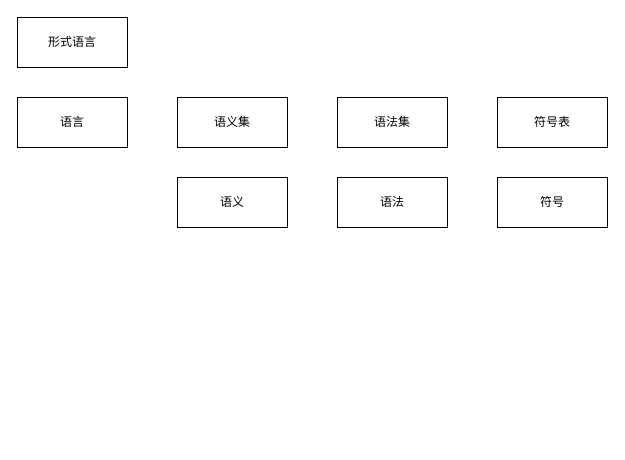
cyxm/CodeGenerator keeps this draw.io diagram as page "语言" (2 of 2) of base_model/实体和语言.drawio. Above is the earlier version. Source tidied: cells renumbered, new cells numbered last; positions are measured from the earlier drawing's top-left corner, leaving out a move shared by most shapes. Both pictures are drawn from the tidied source at 100%, with x=0, y=0 at pixel (17, 17).
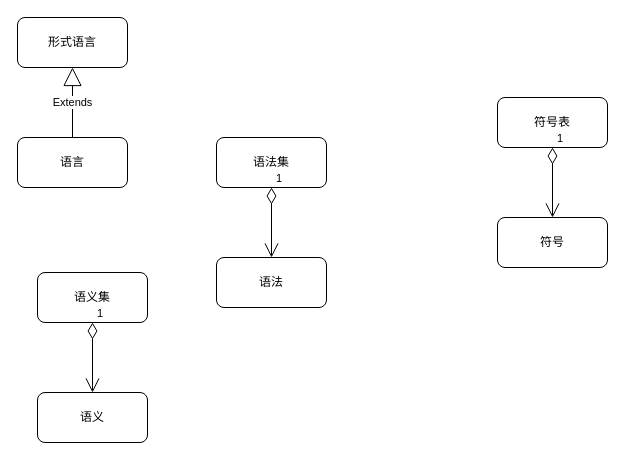
Above is the later version.

What changed in the source:
```diff
@@
 <mxGraphModel>
   <root>
     <mxCell id="0" />
     <mxCell id="1" parent="0" />
+    <mxCell id="7" value="符号表" style="html=1;whiteSpace=wrap;rounded=1;" parent="1" vertex="1">
+      <mxGeometry x="480" y="80" width="110" height="50" as="geometry" />
+    </mxCell>
+    <mxCell id="8" value="符号" style="html=1;whiteSpace=wrap;rounded=1;" parent="1" vertex="1">
+      <mxGeometry x="480" y="200" width="110" height="50" as="geometry" />
+    </mxCell>
+    <mxCell id="10" style="group;" parent="1" vertex="1">
+      <mxGeometry width="110" height="170" as="geometry" />
+    </mxCell>
-    <mxCell id="2" value="形式语言" style="html=1;whiteSpace=wrap;" parent="1" vertex="1">
+    <mxCell id="2" value="形式语言" style="html=1;whiteSpace=wrap;rounded=1;" parent="10" vertex="1">
       <mxGeometry width="110" height="50" as="geometry" />
     </mxCell>
-    <mxCell id="3" value="语言" style="html=1;whiteSpace=wrap;" parent="1" vertex="1">
-      <mxGeometry y="80" width="110" height="50" as="geometry" />
+    <mxCell id="3" value="语言" style="html=1;whiteSpace=wrap;rounded=1;" parent="10" vertex="1">
+      <mxGeometry y="120" width="110" height="50" as="geometry" />
     </mxCell>
+    <mxCell id="11" value="Extends" style="endArrow=block;endSize=16;endFill=0;html=1;rounded=1;exitX=0.5;exitY=0;exitDx=0;exitDy=0;entryX=0.5;entryY=1;entryDx=0;entryDy=0;" parent="10" edge="1" source="3" target="2">
+      <mxGeometry relative="1" as="geometry" />
+    </mxCell>
+    <mxCell id="12" style="group;" parent="1" vertex="1">
+      <mxGeometry x="199" y="120" width="110" height="170" as="geometry" />
+    </mxCell>
+    <mxCell id="6" value="语法" style="html=1;whiteSpace=wrap;rounded=1;" parent="12" vertex="1">
+      <mxGeometry y="120" width="110" height="50" as="geometry" />
+    </mxCell>
+    <mxCell id="9" value="语法集" style="html=1;whiteSpace=wrap;rounded=1;" parent="12" vertex="1">
+      <mxGeometry width="110" height="50" as="geometry" />
+    </mxCell>
+    <mxCell id="13" value="1" style="endArrow=open;html=1;endSize=12;startArrow=diamondThin;startSize=14;startFill=0;edgeStyle=orthogonalEdgeStyle;align=left;verticalAlign=bottom;rounded=1;entryX=0.5;entryY=0;entryDx=0;entryDy=0;exitX=0.5;exitY=1;exitDx=0;exitDy=0;" parent="12" edge="1" source="9" target="6">
+      <mxGeometry x="-1" y="3" relative="1" as="geometry" />
+    </mxCell>
+    <mxCell id="14" style="group;" parent="1" vertex="1">
+      <mxGeometry x="20" y="255" width="110" height="170" as="geometry" />
+    </mxCell>
-    <mxCell id="4" value="语义" style="html=1;whiteSpace=wrap;" parent="1" vertex="1">
-      <mxGeometry x="160" y="160" width="110" height="50" as="geometry" />
+    <mxCell id="4" value="语义" style="html=1;whiteSpace=wrap;rounded=1;" parent="14" vertex="1">
+      <mxGeometry y="120" width="110" height="50" as="geometry" />
     </mxCell>
-    <mxCell id="5" value="语义集" style="html=1;whiteSpace=wrap;" parent="1" vertex="1">
-      <mxGeometry x="160" y="80" width="110" height="50" as="geometry" />
+    <mxCell id="5" value="语义集" style="html=1;whiteSpace=wrap;rounded=1;" parent="14" vertex="1">
+      <mxGeometry width="110" height="50" as="geometry" />
     </mxCell>
-    <mxCell id="6" value="语法" style="html=1;whiteSpace=wrap;" parent="1" vertex="1">
-      <mxGeometry x="320" y="160" width="110" height="50" as="geometry" />
-    </mxCell>
-    <mxCell id="7" value="符号表" style="html=1;whiteSpace=wrap;" parent="1" vertex="1">
-      <mxGeometry x="480" y="80" width="110" height="50" as="geometry" />
-    </mxCell>
-    <mxCell id="8" value="符号" style="html=1;whiteSpace=wrap;" parent="1" vertex="1">
-      <mxGeometry x="480" y="160" width="110" height="50" as="geometry" />
-    </mxCell>
-    <mxCell id="9" value="语法集" style="html=1;whiteSpace=wrap;" parent="1" vertex="1">
-      <mxGeometry x="320" y="80" width="110" height="50" as="geometry" />
-    </mxCell>
+    <mxCell id="15" value="1" style="endArrow=open;html=1;endSize=12;startArrow=diamondThin;startSize=14;startFill=0;edgeStyle=orthogonalEdgeStyle;align=left;verticalAlign=bottom;rounded=1;exitX=0.5;exitY=1;exitDx=0;exitDy=0;entryX=0.5;entryY=0;entryDx=0;entryDy=0;" parent="14" edge="1" source="5" target="4">
+      <mxGeometry x="-1" y="3" relative="1" as="geometry" />
+    </mxCell>
+    <mxCell id="16" value="1" style="endArrow=open;html=1;endSize=12;startArrow=diamondThin;startSize=14;startFill=0;edgeStyle=orthogonalEdgeStyle;align=left;verticalAlign=bottom;rounded=1;exitX=0.5;exitY=1;exitDx=0;exitDy=0;entryX=0.5;entryY=0;entryDx=0;entryDy=0;" parent="1" edge="1" source="7" target="8">
+      <mxGeometry x="-1" y="3" relative="1" as="geometry" />
+    </mxCell>
   </root>
 </mxGraphModel>
```
